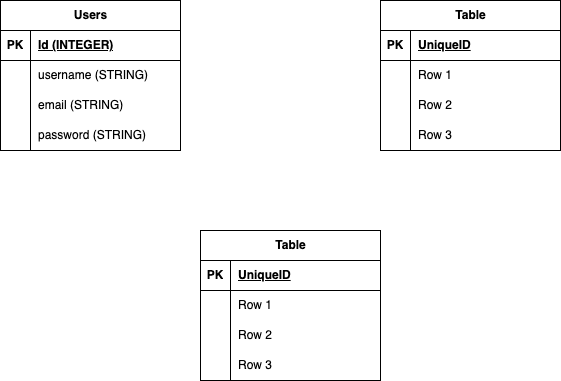
This is server/schema.drawio.png from FredlyMarvander/IP-RMT63, a draw.io export, as it was before one commit. Source tidied: cells renumbered, new cells last; positions are measured from the earlier drawing's top-left corner, leaving out a move shared by most shapes.
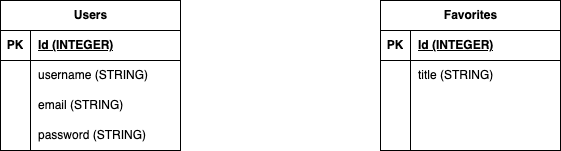
The same file after the commit.

Diff of the diagram source:
```diff
@@ -41,7 +41,7 @@
     <mxCell id="14" value="password (STRING)" style="shape=partialRectangle;fillColor=none;top=0;left=0;bottom=0;right=0;align=left;spacingLeft=6;overflow=hidden;whiteSpace=wrap;html=1;" parent="12" vertex="1">
       <mxGeometry x="30" width="150" height="30" as="geometry" />
     </mxCell>
-    <mxCell id="15" value="Table" style="shape=table;startSize=30;rowLines=0;fontStyle=1;align=center;html=1;" parent="1" vertex="1">
+    <mxCell id="15" value="Favorites" style="shape=table;startSize=30;rowLines=0;fontStyle=1;align=center;html=1;" parent="1" vertex="1">
       <mxGeometry x="380" width="180" height="150" as="geometry" />
     </mxCell>
     <mxCell id="16" style="shape=tableRow;horizontal=0;startSize=0;swimlaneHead=0;swimlaneBody=0;fillColor=none;top=0;left=0;right=0;bottom=1;" parent="15" vertex="1">
@@ -50,7 +50,7 @@
     <mxCell id="17" value="PK" style="shape=partialRectangle;fillColor=none;top=0;left=0;bottom=0;right=0;fontStyle=1;overflow=hidden;whiteSpace=wrap;html=1;" parent="16" vertex="1">
       <mxGeometry width="30" height="30" as="geometry" />
     </mxCell>
-    <mxCell id="18" value="UniqueID" style="shape=partialRectangle;fillColor=none;top=0;left=0;bottom=0;right=0;align=left;spacingLeft=6;fontStyle=5;overflow=hidden;whiteSpace=wrap;html=1;" parent="16" vertex="1">
+    <mxCell id="18" value="Id (INTEGER)" style="shape=partialRectangle;fillColor=none;top=0;left=0;bottom=0;right=0;align=left;spacingLeft=6;fontStyle=5;overflow=hidden;whiteSpace=wrap;html=1;" parent="16" vertex="1">
       <mxGeometry x="30" width="150" height="30" as="geometry" />
     </mxCell>
     <mxCell id="19" style="shape=tableRow;horizontal=0;startSize=0;swimlaneHead=0;swimlaneBody=0;fillColor=none;top=0;left=0;right=0;bottom=0;" parent="15" vertex="1">
@@ -59,7 +59,7 @@
     <mxCell id="20" style="shape=partialRectangle;fillColor=none;top=0;left=0;bottom=0;right=0;overflow=hidden;whiteSpace=wrap;html=1;" parent="19" vertex="1">
       <mxGeometry width="30" height="30" as="geometry" />
     </mxCell>
-    <mxCell id="21" value="Row 1" style="shape=partialRectangle;fillColor=none;top=0;left=0;bottom=0;right=0;align=left;spacingLeft=6;overflow=hidden;whiteSpace=wrap;html=1;" parent="19" vertex="1">
+    <mxCell id="21" value="title (STRING)" style="shape=partialRectangle;fillColor=none;top=0;left=0;bottom=0;right=0;align=left;spacingLeft=6;overflow=hidden;whiteSpace=wrap;html=1;" parent="19" vertex="1">
       <mxGeometry x="30" width="150" height="30" as="geometry" />
     </mxCell>
     <mxCell id="22" style="shape=tableRow;horizontal=0;startSize=0;swimlaneHead=0;swimlaneBody=0;fillColor=none;top=0;left=0;right=0;bottom=0;" parent="15" vertex="1">
@@ -68,7 +68,7 @@
     <mxCell id="23" style="shape=partialRectangle;fillColor=none;top=0;left=0;bottom=0;right=0;overflow=hidden;whiteSpace=wrap;html=1;" parent="22" vertex="1">
       <mxGeometry width="30" height="30" as="geometry" />
     </mxCell>
-    <mxCell id="24" value="Row 2" style="shape=partialRectangle;fillColor=none;top=0;left=0;bottom=0;right=0;align=left;spacingLeft=6;overflow=hidden;whiteSpace=wrap;html=1;" parent="22" vertex="1">
+    <mxCell id="24" style="shape=partialRectangle;fillColor=none;top=0;left=0;bottom=0;right=0;align=left;spacingLeft=6;overflow=hidden;whiteSpace=wrap;html=1;" parent="22" vertex="1">
       <mxGeometry x="30" width="150" height="30" as="geometry" />
     </mxCell>
     <mxCell id="25" style="shape=tableRow;horizontal=0;startSize=0;swimlaneHead=0;swimlaneBody=0;fillColor=none;top=0;left=0;right=0;bottom=0;" parent="15" vertex="1">
@@ -77,47 +77,8 @@
     <mxCell id="26" style="shape=partialRectangle;fillColor=none;top=0;left=0;bottom=0;right=0;overflow=hidden;whiteSpace=wrap;html=1;" parent="25" vertex="1">
       <mxGeometry width="30" height="30" as="geometry" />
     </mxCell>
-    <mxCell id="27" value="Row 3" style="shape=partialRectangle;fillColor=none;top=0;left=0;bottom=0;right=0;align=left;spacingLeft=6;overflow=hidden;whiteSpace=wrap;html=1;" parent="25" vertex="1">
+    <mxCell id="27" style="shape=partialRectangle;fillColor=none;top=0;left=0;bottom=0;right=0;align=left;spacingLeft=6;overflow=hidden;whiteSpace=wrap;html=1;" parent="25" vertex="1">
       <mxGeometry x="30" width="150" height="30" as="geometry" />
     </mxCell>
-    <mxCell id="28" value="Table" style="shape=table;startSize=30;rowLines=0;fontStyle=1;align=center;html=1;" parent="1" vertex="1">
-      <mxGeometry x="200" y="230" width="180" height="150" as="geometry" />
-    </mxCell>
-    <mxCell id="29" style="shape=tableRow;horizontal=0;startSize=0;swimlaneHead=0;swimlaneBody=0;fillColor=none;top=0;left=0;right=0;bottom=1;" parent="28" vertex="1">
-      <mxGeometry y="30" width="180" height="30" as="geometry" />
-    </mxCell>
-    <mxCell id="30" value="PK" style="shape=partialRectangle;fillColor=none;top=0;left=0;bottom=0;right=0;fontStyle=1;overflow=hidden;whiteSpace=wrap;html=1;" parent="29" vertex="1">
-      <mxGeometry width="30" height="30" as="geometry" />
-    </mxCell>
-    <mxCell id="31" value="UniqueID" style="shape=partialRectangle;fillColor=none;top=0;left=0;bottom=0;right=0;align=left;spacingLeft=6;fontStyle=5;overflow=hidden;whiteSpace=wrap;html=1;" parent="29" vertex="1">
-      <mxGeometry x="30" width="150" height="30" as="geometry" />
-    </mxCell>
-    <mxCell id="32" style="shape=tableRow;horizontal=0;startSize=0;swimlaneHead=0;swimlaneBody=0;fillColor=none;top=0;left=0;right=0;bottom=0;" parent="28" vertex="1">
-      <mxGeometry y="60" width="180" height="30" as="geometry" />
-    </mxCell>
-    <mxCell id="33" style="shape=partialRectangle;fillColor=none;top=0;left=0;bottom=0;right=0;overflow=hidden;whiteSpace=wrap;html=1;" parent="32" vertex="1">
-      <mxGeometry width="30" height="30" as="geometry" />
-    </mxCell>
-    <mxCell id="34" value="Row 1" style="shape=partialRectangle;fillColor=none;top=0;left=0;bottom=0;right=0;align=left;spacingLeft=6;overflow=hidden;whiteSpace=wrap;html=1;" parent="32" vertex="1">
-      <mxGeometry x="30" width="150" height="30" as="geometry" />
-    </mxCell>
-    <mxCell id="35" style="shape=tableRow;horizontal=0;startSize=0;swimlaneHead=0;swimlaneBody=0;fillColor=none;top=0;left=0;right=0;bottom=0;" parent="28" vertex="1">
-      <mxGeometry y="90" width="180" height="30" as="geometry" />
-    </mxCell>
-    <mxCell id="36" style="shape=partialRectangle;fillColor=none;top=0;left=0;bottom=0;right=0;overflow=hidden;whiteSpace=wrap;html=1;" parent="35" vertex="1">
-      <mxGeometry width="30" height="30" as="geometry" />
-    </mxCell>
-    <mxCell id="37" value="Row 2" style="shape=partialRectangle;fillColor=none;top=0;left=0;bottom=0;right=0;align=left;spacingLeft=6;overflow=hidden;whiteSpace=wrap;html=1;" parent="35" vertex="1">
-      <mxGeometry x="30" width="150" height="30" as="geometry" />
-    </mxCell>
-    <mxCell id="38" style="shape=tableRow;horizontal=0;startSize=0;swimlaneHead=0;swimlaneBody=0;fillColor=none;top=0;left=0;right=0;bottom=0;" parent="28" vertex="1">
-      <mxGeometry y="120" width="180" height="30" as="geometry" />
-    </mxCell>
-    <mxCell id="39" style="shape=partialRectangle;fillColor=none;top=0;left=0;bottom=0;right=0;overflow=hidden;whiteSpace=wrap;html=1;" parent="38" vertex="1">
-      <mxGeometry width="30" height="30" as="geometry" />
-    </mxCell>
-    <mxCell id="40" value="Row 3" style="shape=partialRectangle;fillColor=none;top=0;left=0;bottom=0;right=0;align=left;spacingLeft=6;overflow=hidden;whiteSpace=wrap;html=1;" parent="38" vertex="1">
-      <mxGeometry x="30" width="150" height="30" as="geometry" />
-    </mxCell>
   </root>
 </mxGraphModel>
```
